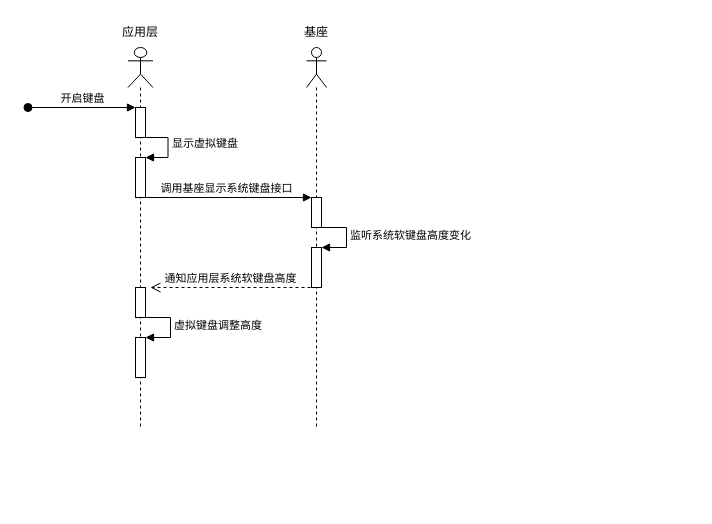
This is page "开启键盘" (4 of 5) of UWS移动端远程桌面.drawio from ArvinChu/diagram, a draw.io file, before an edit. Source tidied: cells renumbered, new cells numbered last; positions are measured from the earlier drawing's top-left corner, leaving out a move shared by most shapes. Both pictures are drawn from the tidied source at 100%, with x=0, y=0 at pixel (28, 17).
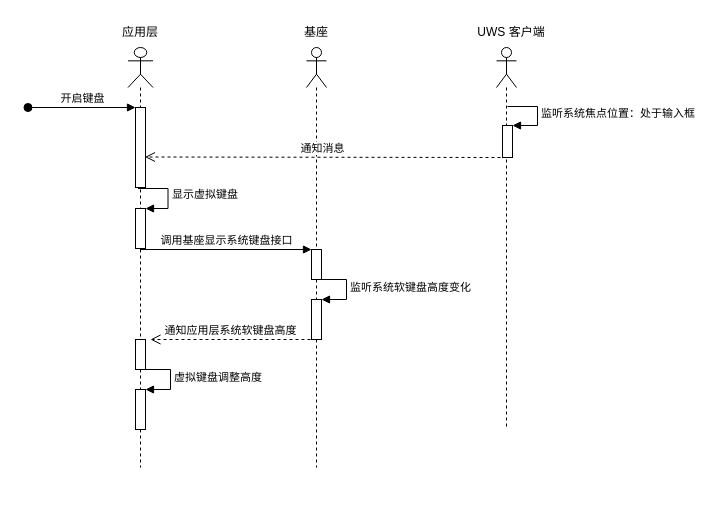
Above is the later version.

Commit message (it also covers changes not shown here):
更新UWS移动端远程桌面.drawio

Unchanged cells that the change refers to:
```xml
<mxCell id="11" style="group;" parent="1" vertex="1">
  <mxGeometry x="258" width="60" height="490" as="geometry" />
</mxCell>
```

Change to the diagram source:
```diff
@@
     <mxCell id="2" style="shape=umlLifeline;participant=umlActor;perimeter=lifelinePerimeter;whiteSpace=wrap;html=1;verticalAlign=top;spacingTop=36;outlineConnect=0;size=40;" parent="1" vertex="1">
-      <mxGeometry x="99.5" y="30" width="25" height="380" as="geometry" />
+      <mxGeometry x="99.5" y="30" width="25" height="420" as="geometry" />
     </mxCell>
@@
     <mxCell id="4" style="html=1;perimeter=orthogonalPerimeter;" parent="2" vertex="1">
-      <mxGeometry x="7.5" y="240" width="10" height="30" as="geometry" />
+      <mxGeometry x="7.5" y="292" width="10" height="30" as="geometry" />
     </mxCell>
     <mxCell id="5" style="html=1;points=[];perimeter=orthogonalPerimeter;" parent="2" vertex="1">
-      <mxGeometry x="7.5" y="110" width="10" height="40" as="geometry" />
+      <mxGeometry x="7.5" y="161" width="10" height="40" as="geometry" />
     </mxCell>
     <mxCell id="6" value="显示虚拟键盘" style="edgeStyle=orthogonalEdgeStyle;html=1;align=left;spacingLeft=2;endArrow=block;rounded=0;entryX=1;entryY=0;" parent="2" edge="1" target="5">
       <mxGeometry relative="1" as="geometry">
-        <mxPoint x="10" y="90" as="sourcePoint" />
+        <mxPoint x="10" y="141" as="sourcePoint" />
         <Array as="points">
-          <mxPoint x="40" y="90" />
+          <mxPoint x="40" y="141" />
         </Array>
       </mxGeometry>
     </mxCell>
     <mxCell id="7" style="html=1;points=[];perimeter=orthogonalPerimeter;" parent="2" vertex="1">
-      <mxGeometry x="7.5" y="290" width="10" height="40" as="geometry" />
+      <mxGeometry x="7.5" y="342" width="10" height="40" as="geometry" />
     </mxCell>
     <mxCell id="8" value="虚拟键盘调整高度" style="edgeStyle=orthogonalEdgeStyle;html=1;align=left;spacingLeft=2;endArrow=block;rounded=0;entryX=1;entryY=0;" parent="2" edge="1" target="7">
       <mxGeometry relative="1" as="geometry">
-        <mxPoint x="12.5" y="270" as="sourcePoint" />
+        <mxPoint x="12.5" y="322" as="sourcePoint" />
         <Array as="points">
-          <mxPoint x="42.5" y="270" />
+          <mxPoint x="42.5" y="322" />
         </Array>
       </mxGeometry>
     </mxCell>
@@
     <mxCell id="10" style="html=1;points=[];perimeter=orthogonalPerimeter;" parent="1" vertex="1">
-      <mxGeometry x="107" y="90" width="10" height="30" as="geometry" />
+      <mxGeometry x="107" y="90" width="10" height="80" as="geometry" />
     </mxCell>
@@
     <mxCell id="12" style="shape=umlLifeline;participant=umlActor;perimeter=lifelinePerimeter;whiteSpace=wrap;html=1;verticalAlign=top;spacingTop=36;size=40;" parent="11" vertex="1">
-      <mxGeometry x="20" y="30" width="20" height="380" as="geometry" />
+      <mxGeometry x="20" y="30" width="20" height="420" as="geometry" />
     </mxCell>
     <mxCell id="13" style="html=1;points=[];perimeter=orthogonalPerimeter;" parent="12" vertex="1">
-      <mxGeometry x="5" y="200" width="10" height="40" as="geometry" />
+      <mxGeometry x="5" y="252" width="10" height="40" as="geometry" />
     </mxCell>
     <mxCell id="14" value="监听系统软键盘高度变化" style="edgeStyle=orthogonalEdgeStyle;html=1;align=left;spacingLeft=2;endArrow=block;rounded=0;entryX=1;entryY=0;" parent="12" edge="1" target="13">
       <mxGeometry relative="1" as="geometry">
-        <mxPoint x="10" y="180" as="sourcePoint" />
+        <mxPoint x="10" y="232" as="sourcePoint" />
         <Array as="points">
-          <mxPoint x="40" y="180" />
+          <mxPoint x="40" y="232" />
         </Array>
       </mxGeometry>
     </mxCell>
@@
     <mxCell id="16" style="html=1;points=[];perimeter=orthogonalPerimeter;" parent="11" vertex="1">
-      <mxGeometry x="25" y="180" width="10" height="30" as="geometry" />
+      <mxGeometry x="25" y="232" width="10" height="30" as="geometry" />
     </mxCell>
-    <mxCell id="17" value="调用基座显示系统键盘接口" style="html=1;verticalAlign=bottom;endArrow=block;entryX=0;entryY=0;rounded=0;" parent="1" edge="1" source="2" target="16">
-      <mxGeometry relative="1" as="geometry" />
+    <mxCell id="17" value="调用基座显示系统键盘接口" style="html=1;verticalAlign=bottom;endArrow=block;entryX=0;entryY=0;rounded=0;" parent="1" edge="1" target="16">
+      <mxGeometry relative="1" as="geometry">
+        <mxPoint x="111.5" y="232" as="sourcePoint" />
+      </mxGeometry>
     </mxCell>
     <mxCell id="18" value="通知应用层系统软键盘高度" style="html=1;verticalAlign=bottom;endArrow=open;dashed=1;endSize=8;rounded=0;" parent="1" edge="1">
       <mxGeometry relative="1" as="geometry">
-        <mxPoint x="282" y="270" as="sourcePoint" />
-        <mxPoint x="122" y="270" as="targetPoint" />
+        <mxPoint x="282" y="322" as="sourcePoint" />
+        <mxPoint x="122" y="322" as="targetPoint" />
       </mxGeometry>
     </mxCell>
+    <mxCell id="19" style="group;" parent="1" vertex="1">
+      <mxGeometry x="472" width="70" height="490" as="geometry" />
+    </mxCell>
+    <mxCell id="20" style="shape=umlLifeline;participant=umlActor;perimeter=lifelinePerimeter;whiteSpace=wrap;html=1;verticalAlign=top;spacingTop=36;size=40;" parent="19" vertex="1">
+      <mxGeometry x="-4" y="30" width="20" height="380" as="geometry" />
+    </mxCell>
+    <mxCell id="21" style="html=1;points=[];perimeter=orthogonalPerimeter;" parent="20" vertex="1">
+      <mxGeometry x="6" y="78" width="10" height="32" as="geometry" />
+    </mxCell>
+    <mxCell id="22" value="监听系统焦点位置：处于输入框" style="edgeStyle=orthogonalEdgeStyle;html=1;align=left;spacingLeft=2;endArrow=block;rounded=0;entryX=1;entryY=0;" parent="20" edge="1" target="21">
+      <mxGeometry relative="1" as="geometry">
+        <mxPoint x="11" y="59" as="sourcePoint" />
+        <Array as="points">
+          <mxPoint x="41" y="59" />
+        </Array>
+      </mxGeometry>
+    </mxCell>
+    <mxCell id="23" value="UWS 客户端" style="text;html=1;strokeColor=none;fillColor=none;align=center;verticalAlign=middle;whiteSpace=wrap;rounded=0;" parent="19" vertex="1">
+      <mxGeometry x="-24" width="70" height="30" as="geometry" />
+    </mxCell>
+    <mxCell id="24" value="通知消息" style="html=1;verticalAlign=bottom;endArrow=open;dashed=1;endSize=8;rounded=0;" parent="1" edge="1">
+      <mxGeometry relative="1" as="geometry">
+        <mxPoint x="472" y="140" as="sourcePoint" />
+        <mxPoint x="116.5" y="139.5" as="targetPoint" />
+      </mxGeometry>
+    </mxCell>
```
